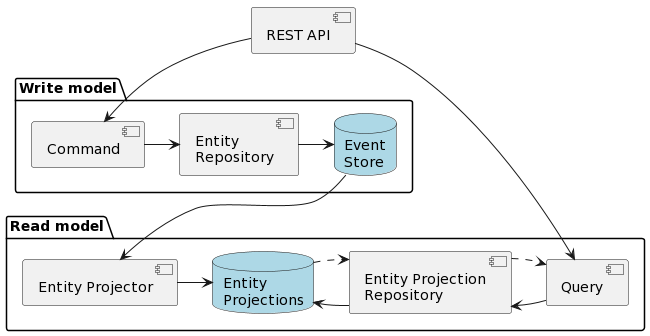
santosleijon/frugal-fennec-expense-manager keeps this PlantUML diagram as docs/cqrs_es_architecture.png. Above is the earlier version. Its diagram source:
```plantuml
@startuml
component rest_api as "REST API"

package "Write model" {
  database event_store as "Event\nStore" #Lightblue
  [Command] -> [Entity\nRepository]
  [Entity\nRepository] -> event_store
}

package "Read model" {
  database entity_projections as "Entity\nProjections" #Lightblue

  [Query] -> [Entity Projection\nRepository]
  [Entity Projection\nRepository] .> [Query]

  [Entity Projection\nRepository] -> entity_projections
  entity_projections .> [Entity Projection\nRepository]

  event_store -d-> [Entity Projector]

  [Entity Projector] -> entity_projections
}

rest_api --> [Command]
rest_api --> [Query]
@enduml
```
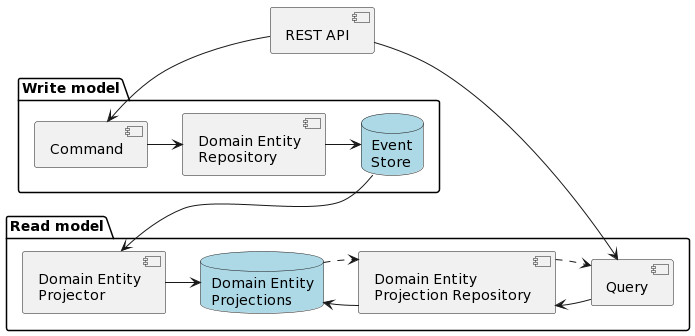
The same diagram one commit later.

Commit message:
Clarify backend architecture description in README

Diff of the diagram source:
```diff
@@ -3,22 +3,22 @@
 
 package "Write model" {
   database event_store as "Event\nStore" #Lightblue
-  [Command] -> [Entity\nRepository]
-  [Entity\nRepository] -> event_store
+  [Command] -> [Domain Entity\nRepository]
+  [Domain Entity\nRepository] -> event_store
 }
 
 package "Read model" {
-  database entity_projections as "Entity\nProjections" #Lightblue
+  database entity_projections as "Domain Entity\nProjections" #Lightblue
 
-  [Query] -> [Entity Projection\nRepository]
-  [Entity Projection\nRepository] .> [Query]
+  [Query] -> [Domain Entity\nProjection Repository]
+  [Domain Entity\nProjection Repository] .> [Query]
 
-  [Entity Projection\nRepository] -> entity_projections
-  entity_projections .> [Entity Projection\nRepository]
+  [Domain Entity\nProjection Repository] -> entity_projections
+  entity_projections .> [Domain Entity\nProjection Repository]
 
-  event_store -d-> [Entity Projector]
+  event_store -d-> [Domain Entity\nProjector]
 
-  [Entity Projector] -> entity_projections
+  [Domain Entity\nProjector] -> entity_projections
 }
 
 rest_api --> [Command]
```
